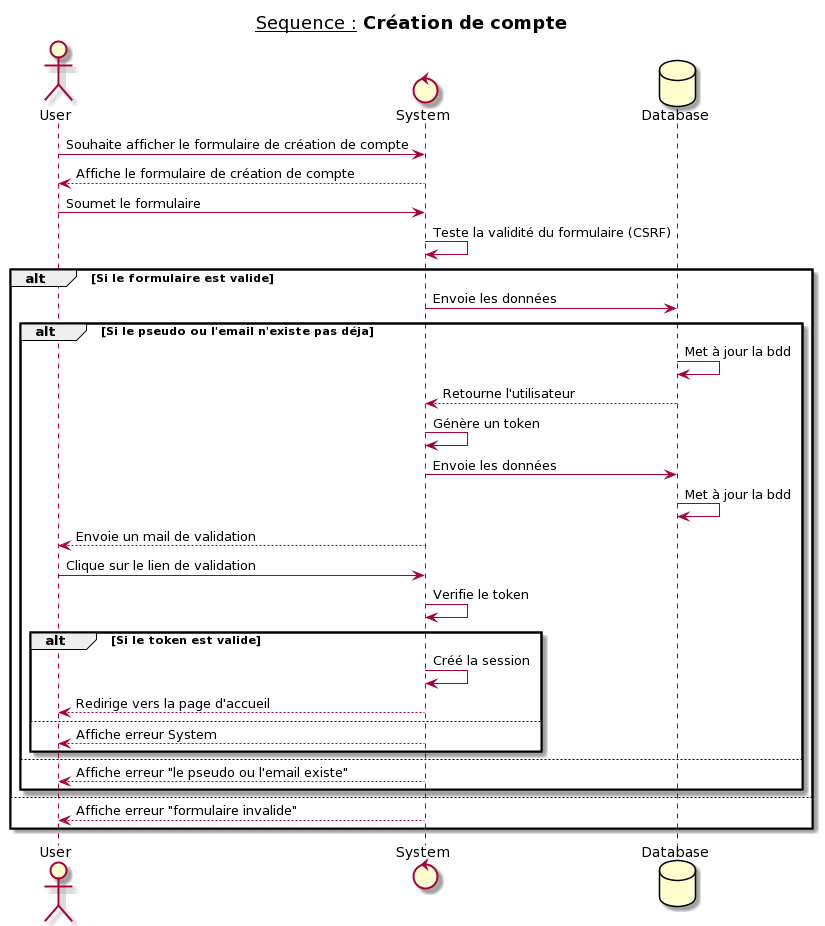
Toasted201/OpenClassroom_P06 keeps this PlantUML diagram as _diagrammes/P06_S1 - Création de compte.png. Above is the earlier version.
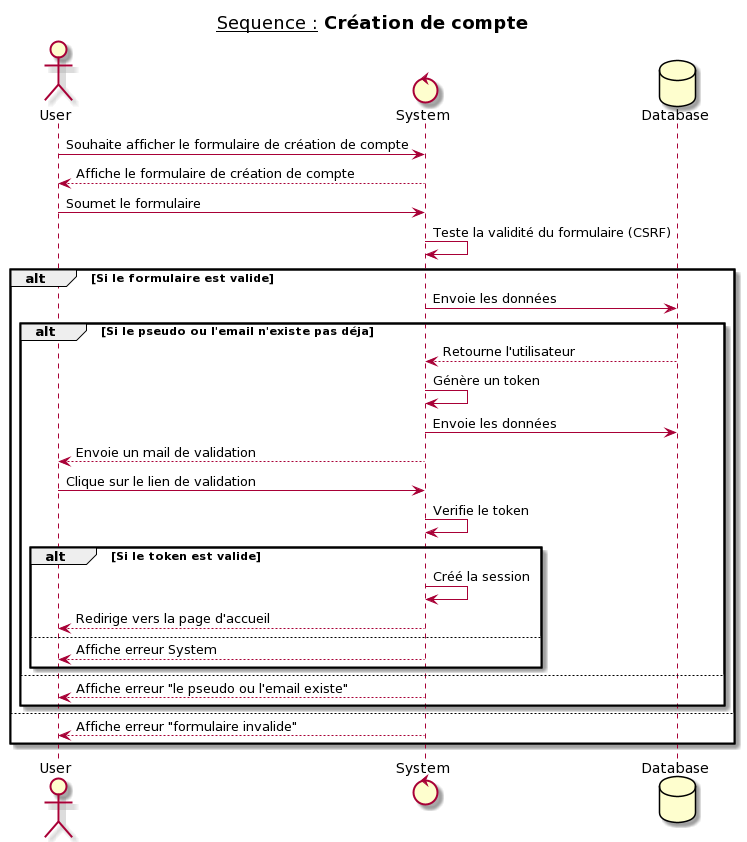
After the change.

The edit, as a diff of the source:
```diff
@@ -11,11 +11,9 @@
 alt Si le formulaire est valide
   System -> Database : Envoie les données
 alt Si le pseudo ou l'email n'existe pas déja
-   Database -> Database : Met à jour la bdd
    Database --> System : Retourne l'utilisateur
    System -> System : Génère un token
    System -> Database : Envoie les données
-   Database -> Database : Met à jour la bdd
    System --> User : Envoie un mail de validation
    User -> System : Clique sur le lien de validation
    System -> System : Verifie le token
```
